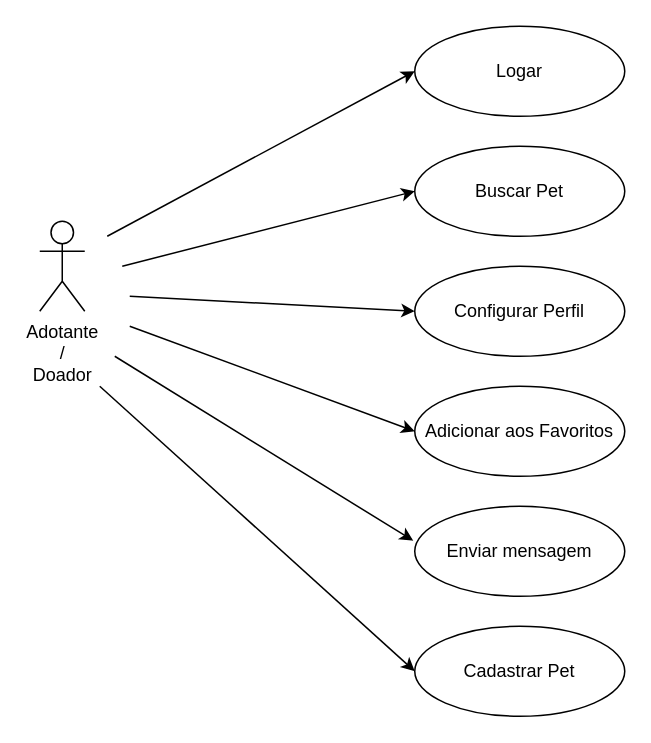
The draw.io diagram Diagrama Caso de Uso.drawio in viniciussilverio/petsgo, before the edit. Source tidied: cells renumbered, new cells numbered last; positions are measured from the earlier drawing's top-left corner, leaving out a move shared by most shapes. Both pictures are drawn from the tidied source at 150%, with x=0, y=0 at pixel (39, 26).
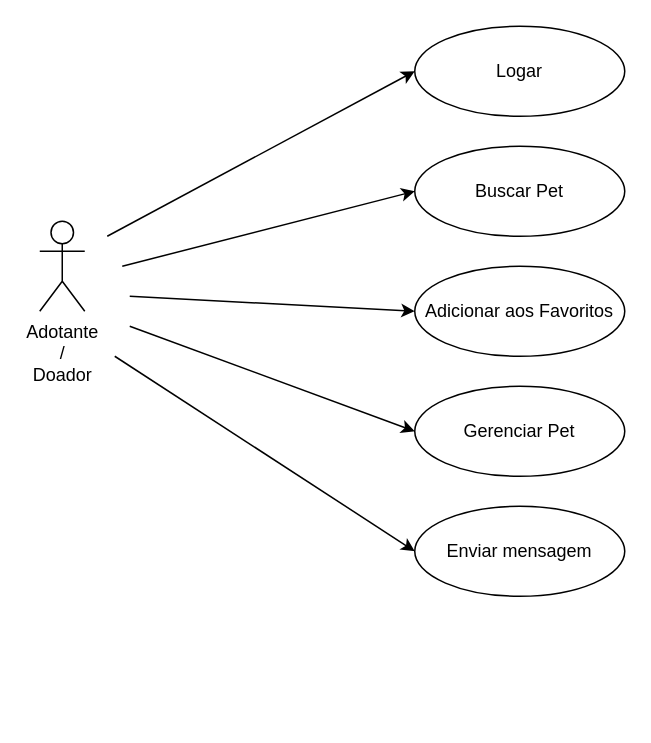
Above is the later version.

Change to the diagram source:
```diff
@@
 <mxGraphModel>
   <root>
     <mxCell id="0" />
     <mxCell id="1" parent="0" />
     <mxCell id="2" value="Adotante&lt;br&gt;/&lt;br&gt;Doador&lt;br&gt;" style="shape=umlActor;verticalLabelPosition=bottom;labelBackgroundColor=#ffffff;verticalAlign=top;html=1;" parent="1" vertex="1">
       <mxGeometry y="130" width="30" height="60" as="geometry" />
     </mxCell>
     <mxCell id="3" value="Logar&lt;br&gt;" style="ellipse;whiteSpace=wrap;html=1;" parent="1" vertex="1">
       <mxGeometry x="250" width="140" height="60" as="geometry" />
     </mxCell>
     <mxCell id="4" value="Buscar Pet&lt;br&gt;" style="ellipse;whiteSpace=wrap;html=1;" parent="1" vertex="1">
       <mxGeometry x="250" y="80" width="140" height="60" as="geometry" />
     </mxCell>
-    <mxCell id="5" value="Configurar Perfil&lt;br&gt;" style="ellipse;whiteSpace=wrap;html=1;" parent="1" vertex="1">
-      <mxGeometry x="250" y="160" width="140" height="60" as="geometry" />
-    </mxCell>
     <mxCell id="6" value="Adicionar aos Favoritos&lt;br&gt;" style="ellipse;whiteSpace=wrap;html=1;" parent="1" vertex="1">
-      <mxGeometry x="250" y="240" width="140" height="60" as="geometry" />
+      <mxGeometry x="250" y="160" width="140" height="60" as="geometry" />
     </mxCell>
     <mxCell id="7" value="Enviar mensagem" style="ellipse;whiteSpace=wrap;html=1;" parent="1" vertex="1">
       <mxGeometry x="250" y="320" width="140" height="60" as="geometry" />
     </mxCell>
-    <mxCell id="8" style="endArrow=classic;html=1;entryX=-0.007;entryY=0.383;entryDx=0;entryDy=0;entryPerimeter=0;" parent="1" edge="1" target="7">
+    <mxCell id="8" style="endArrow=classic;html=1;entryX=0;entryY=0.5;entryDx=0;entryDy=0;" parent="1" edge="1" target="7">
       <mxGeometry relative="1" as="geometry">
         <mxPoint x="50" y="220" as="sourcePoint" />
       </mxGeometry>
     </mxCell>
     <mxCell id="9" style="endArrow=classic;html=1;strokeColor=#000000;entryX=0;entryY=0.5;entryDx=0;entryDy=0;" parent="1" edge="1" target="3">
       <mxGeometry relative="1" as="geometry">
         <mxPoint x="45" y="140" as="sourcePoint" />
       </mxGeometry>
     </mxCell>
     <mxCell id="10" style="endArrow=classic;html=1;strokeColor=#000000;entryX=0;entryY=0.5;entryDx=0;entryDy=0;" parent="1" edge="1" target="4">
       <mxGeometry relative="1" as="geometry">
         <mxPoint x="55" y="160" as="sourcePoint" />
       </mxGeometry>
     </mxCell>
-    <mxCell id="11" style="endArrow=classic;html=1;strokeColor=#000000;entryX=0;entryY=0.5;entryDx=0;entryDy=0;" parent="1" edge="1" target="5">
+    <mxCell id="11" style="endArrow=classic;html=1;strokeColor=#000000;entryX=0;entryY=0.5;entryDx=0;entryDy=0;" parent="1" edge="1" target="6">
       <mxGeometry relative="1" as="geometry">
         <mxPoint x="60" y="180" as="sourcePoint" />
       </mxGeometry>
     </mxCell>
-    <mxCell id="12" style="endArrow=classic;html=1;strokeColor=#000000;entryX=0;entryY=0.5;entryDx=0;entryDy=0;" parent="1" edge="1" target="6">
+    <mxCell id="12" style="endArrow=classic;html=1;strokeColor=#000000;entryX=0;entryY=0.5;entryDx=0;entryDy=0;" parent="1" edge="1" target="15">
       <mxGeometry relative="1" as="geometry">
         <mxPoint x="60" y="200" as="sourcePoint" />
       </mxGeometry>
     </mxCell>
-    <mxCell id="13" value="Cadastrar Pet&lt;br&gt;" style="ellipse;whiteSpace=wrap;html=1;" parent="1" vertex="1">
-      <mxGeometry x="250" y="400" width="140" height="60" as="geometry" />
-    </mxCell>
-    <mxCell id="14" style="endArrow=classic;html=1;entryX=0;entryY=0.5;entryDx=0;entryDy=0;" parent="1" edge="1" target="13">
-      <mxGeometry relative="1" as="geometry">
-        <mxPoint x="40" y="240" as="sourcePoint" />
-      </mxGeometry>
-    </mxCell>
+    <mxCell id="15" value="Gerenciar Pet" style="ellipse;whiteSpace=wrap;html=1;" parent="1" vertex="1">
+      <mxGeometry x="250" y="240" width="140" height="60" as="geometry" />
+    </mxCell>
   </root>
 </mxGraphModel>
```
